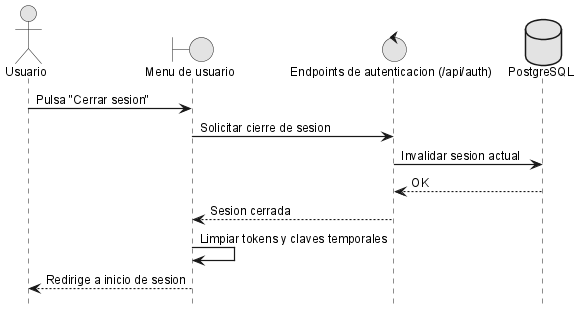
Earlier version of the PlantUML export anexos/diagramas/seq-logout.png (ErDeivih/DocumentChain).
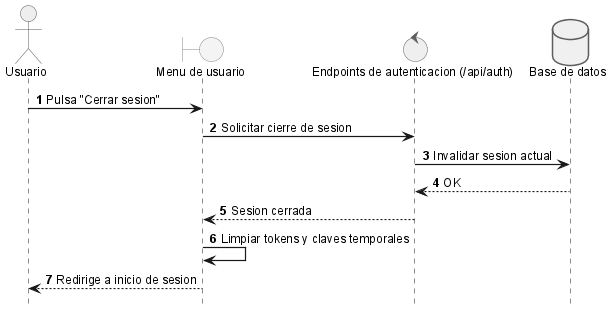
Later version of the same file.

Diff of the diagram source:
```diff
@@ -3,7 +3,7 @@
 actor Usuario as user
 boundary "Menu de usuario" as ui
 control "Endpoints de autenticacion (/api/auth)" as api
-database "PostgreSQL" as db
+database "Base de datos" as db
 
 user -> ui: Pulsa "Cerrar sesion"
 ui -> api: Solicitar cierre de sesion
```
